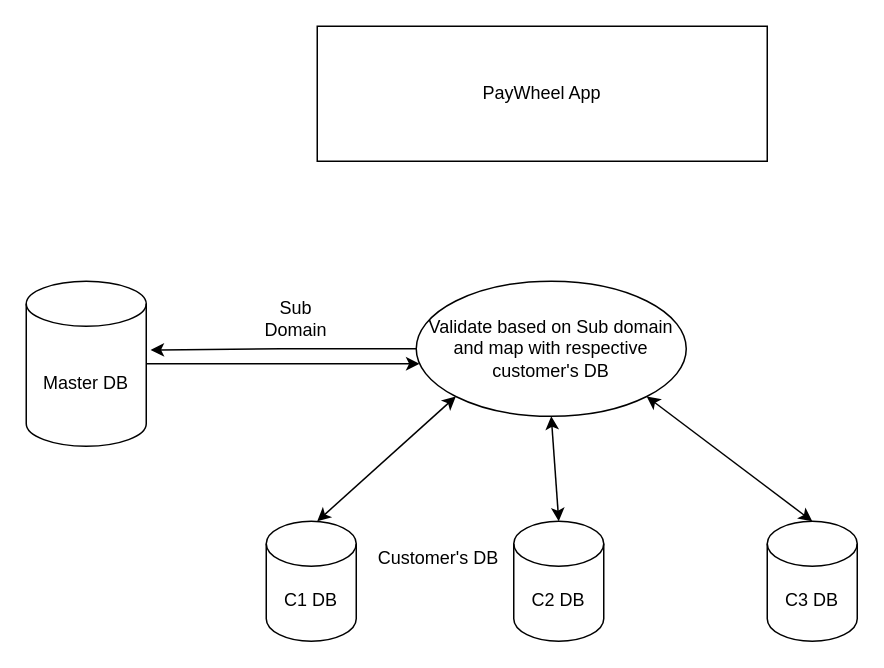
This is page "Multi domain" (1 of 2) of PowerHCM.drawio from triconlabs/Documentation, a draw.io file, before an edit. Source tidied: cells renumbered, new cells numbered last; positions are measured from the earlier drawing's top-left corner, leaving out a move shared by most shapes. Both pictures are drawn from the tidied source at 150%, with x=0, y=0 at pixel (26, 26).
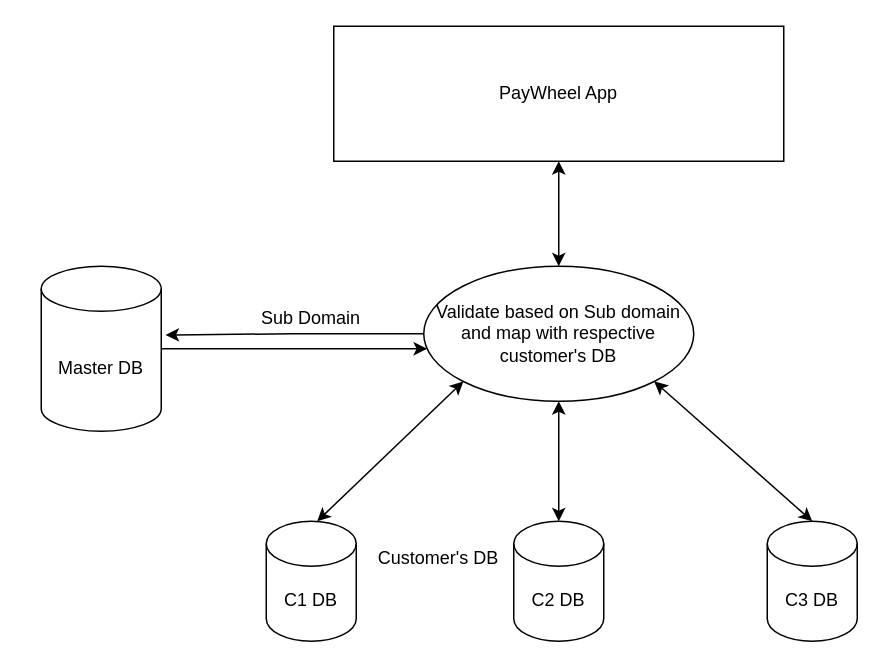
The same diagram, later.

Diff of the diagram source:
```diff
@@
 <mxGraphModel>
   <root>
     <mxCell id="0" />
     <mxCell id="1" parent="0" />
     <mxCell id="2" value="PayWheel App" style="rounded=0;whiteSpace=wrap;html=1;" parent="1" vertex="1">
-      <mxGeometry x="194" width="300" height="90" as="geometry" />
+      <mxGeometry x="205" width="300" height="90" as="geometry" />
     </mxCell>
     <mxCell id="3" value="Validate based on Sub domain and map with respective customer's DB" style="ellipse;whiteSpace=wrap;html=1;" parent="1" vertex="1">
-      <mxGeometry x="260" y="170" width="180" height="90" as="geometry" />
+      <mxGeometry x="265" y="160" width="180" height="90" as="geometry" />
     </mxCell>
     <mxCell id="4" style="edgeStyle=orthogonalEdgeStyle;rounded=0;jettySize=auto;html=1;exitX=1;exitY=0.5;exitDx=0;exitDy=0;exitPerimeter=0;entryX=0.012;entryY=0.611;entryDx=0;entryDy=0;entryPerimeter=0;" parent="1" edge="1" source="5" target="3">
       <mxGeometry relative="1" as="geometry" />
     </mxCell>
     <mxCell id="5" value="Master DB" style="shape=cylinder3;whiteSpace=wrap;html=1;boundedLbl=1;backgroundOutline=1;size=15;" parent="1" vertex="1">
-      <mxGeometry y="170" width="80" height="110" as="geometry" />
+      <mxGeometry x="10" y="160" width="80" height="110" as="geometry" />
     </mxCell>
     <mxCell id="6" style="edgeStyle=orthogonalEdgeStyle;rounded=0;jettySize=auto;html=1;entryX=1.036;entryY=0.417;entryDx=0;entryDy=0;entryPerimeter=0;" parent="1" edge="1" source="3" target="5">
       <mxGeometry relative="1" as="geometry" />
     </mxCell>
     <mxCell id="7" value="Sub Domain" style="text;html=1;align=center;verticalAlign=middle;whiteSpace=wrap;rounded=0;" parent="1" vertex="1">
-      <mxGeometry x="150" y="180" width="60" height="30" as="geometry" />
+      <mxGeometry x="150" y="180" width="80" height="30" as="geometry" />
     </mxCell>
     <mxCell id="8" value="C2 DB" style="shape=cylinder3;whiteSpace=wrap;html=1;boundedLbl=1;backgroundOutline=1;size=15;" parent="1" vertex="1">
       <mxGeometry x="325" y="330" width="60" height="80" as="geometry" />
     </mxCell>
     <mxCell id="9" value="C3 DB" style="shape=cylinder3;whiteSpace=wrap;html=1;boundedLbl=1;backgroundOutline=1;size=15;" parent="1" vertex="1">
       <mxGeometry x="494" y="330" width="60" height="80" as="geometry" />
     </mxCell>
     <mxCell id="10" value="C1 DB" style="shape=cylinder3;whiteSpace=wrap;html=1;boundedLbl=1;backgroundOutline=1;size=15;" parent="1" vertex="1">
       <mxGeometry x="160" y="330" width="60" height="80" as="geometry" />
     </mxCell>
     <mxCell id="11" style="endArrow=classic;startArrow=classic;html=1;rounded=0;entryX=0;entryY=1;entryDx=0;entryDy=0;" parent="1" edge="1" target="3">
       <mxGeometry relative="1" as="geometry">
         <mxPoint x="194" y="330" as="sourcePoint" />
       </mxGeometry>
     </mxCell>
     <mxCell id="12" style="endArrow=classic;startArrow=classic;html=1;rounded=0;entryX=1;entryY=1;entryDx=0;entryDy=0;exitX=0.5;exitY=0;exitDx=0;exitDy=0;exitPerimeter=0;" parent="1" edge="1" source="9" target="3">
       <mxGeometry relative="1" as="geometry" />
     </mxCell>
     <mxCell id="13" style="endArrow=classic;startArrow=classic;html=1;rounded=0;entryX=0.5;entryY=1;entryDx=0;entryDy=0;exitX=0.5;exitY=0;exitDx=0;exitDy=0;exitPerimeter=0;" parent="1" edge="1" source="8" target="3">
       <mxGeometry relative="1" as="geometry" />
     </mxCell>
     <mxCell id="14" value="Customer's DB" style="text;html=1;align=center;verticalAlign=middle;whiteSpace=wrap;rounded=0;" parent="1" vertex="1">
       <mxGeometry x="100" y="340" width="350" height="30" as="geometry" />
     </mxCell>
+    <mxCell id="15" style="endArrow=classic;startArrow=classic;html=1;rounded=0;entryX=0.5;entryY=1;entryDx=0;entryDy=0;exitX=0.5;exitY=0;exitDx=0;exitDy=0;" parent="1" edge="1" source="3" target="2">
+      <mxGeometry relative="1" as="geometry" />
+    </mxCell>
   </root>
 </mxGraphModel>
```
